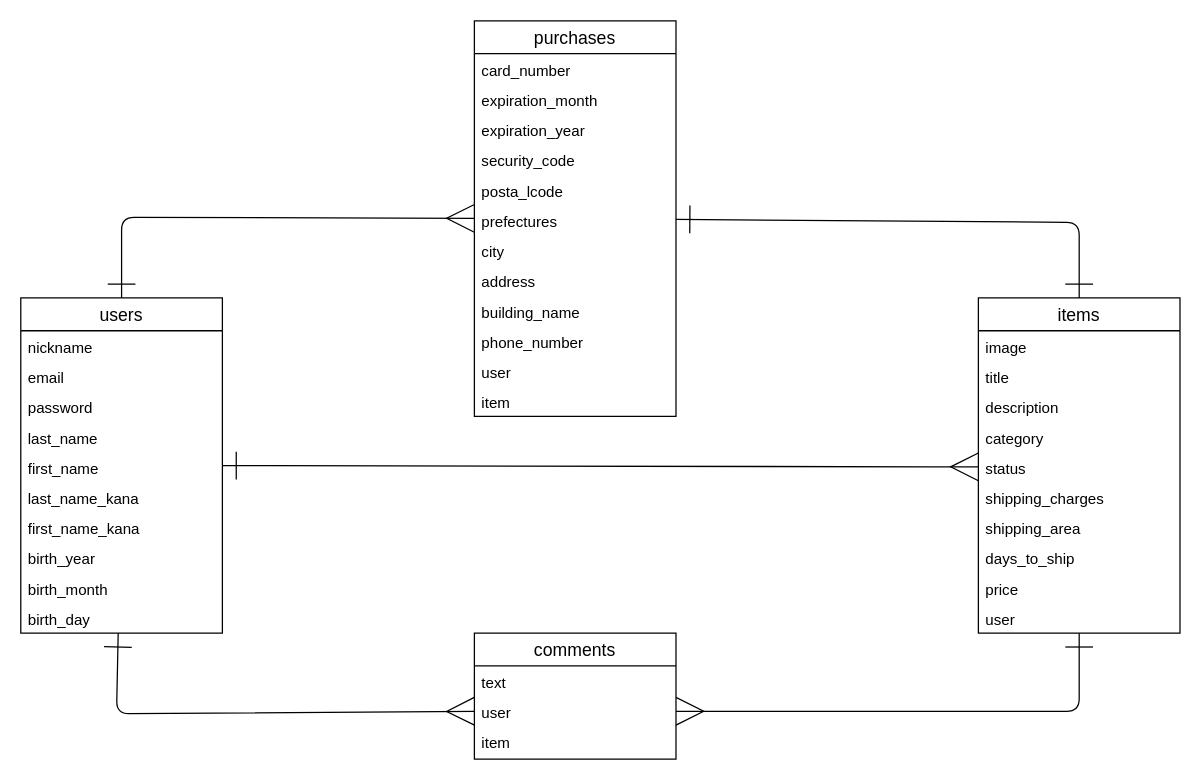
Earlier version of the draw.io diagram furima.dio (uuutah/furima-33384). Source tidied: cells renumbered, new cells numbered last; positions are measured from the earlier drawing's top-left corner, leaving out a move shared by most shapes. Both pictures are drawn from the tidied source at 126%, with x=0, y=0 at pixel (20, 20).
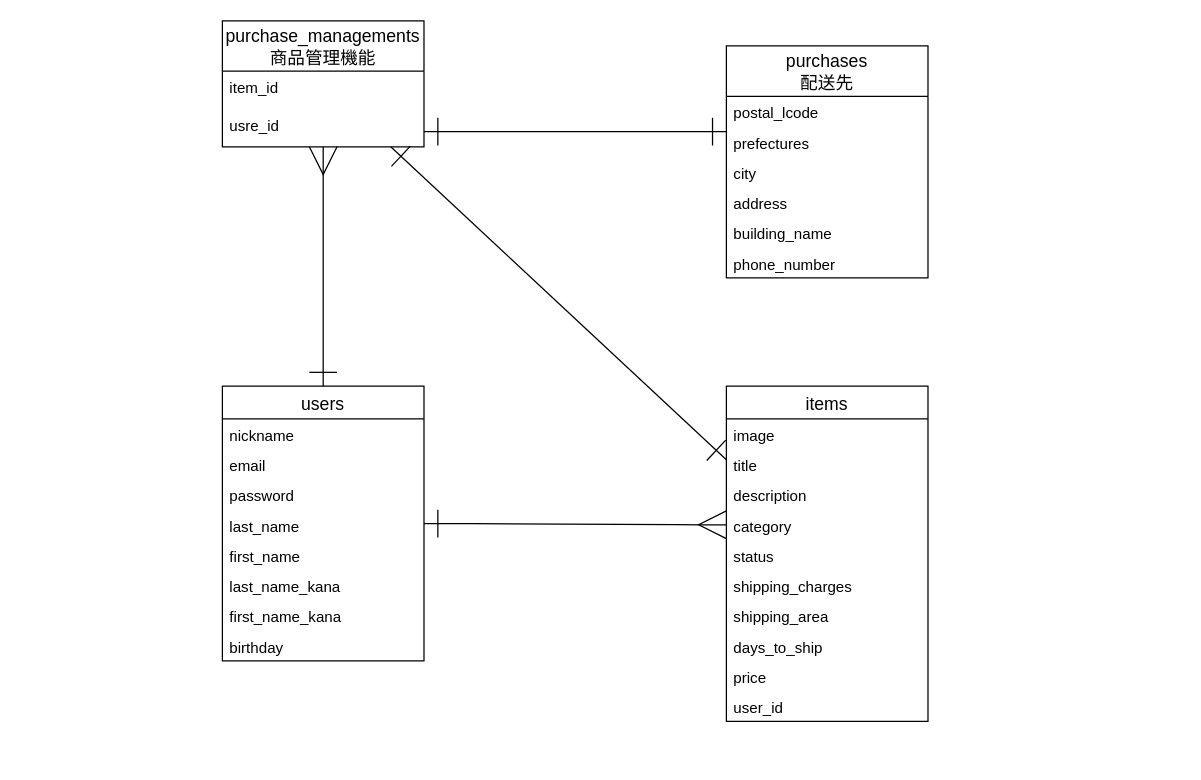
The same page after the edit.

Unchanged cells that the change refers to:
```xml
<mxCell id="17" value="category" style="text;strokeColor=none;fillColor=none;spacingLeft=4;spacingRight=4;overflow=hidden;points=[[0,0.5],[1,0.5]];portConstraint=eastwest;fontSize=12;" parent="13" vertex="1">
  <mxGeometry y="98" width="160" height="24" as="geometry" />
</mxCell>
<mxCell id="18" value="status" style="text;strokeColor=none;fillColor=none;spacingLeft=4;spacingRight=4;overflow=hidden;points=[[0,0.5],[1,0.5]];portConstraint=eastwest;fontSize=12;" parent="13" vertex="1">
  <mxGeometry y="122" width="160" height="24" as="geometry" />
</mxCell>
```

The edit, as a diff of the source:
```diff
@@
+    <mxCell id="46" style="edgeStyle=orthogonalEdgeStyle;rounded=1;jettySize=auto;html=1;startArrow=ERone;startFill=0;endArrow=ERmany;endFill=0;startSize=20;endSize=20;" parent="1" edge="1" source="2" target="49">
+      <mxGeometry relative="1" as="geometry">
+        <Array as="points">
+          <mxPoint x="240" y="190" />
+          <mxPoint x="240" y="190" />
+        </Array>
+      </mxGeometry>
+    </mxCell>
     <mxCell id="2" value="users" style="swimlane;fontStyle=0;horizontal=1;startSize=26;align=center;fontSize=14;" parent="1" vertex="1">
-      <mxGeometry y="220" width="160" height="266" as="geometry" />
+      <mxGeometry x="160" y="290" width="160" height="218" as="geometry" />
     </mxCell>
@@
-    <mxCell id="10" value="birth_year" style="text;strokeColor=none;fillColor=none;spacingLeft=4;spacingRight=4;overflow=hidden;fontSize=12;verticalAlign=top;" parent="2" vertex="1">
+    <mxCell id="10" value="birthday" style="text;strokeColor=none;fillColor=none;spacingLeft=4;spacingRight=4;overflow=hidden;fontSize=12;verticalAlign=top;" parent="2" vertex="1">
       <mxGeometry y="194" width="160" height="24" as="geometry" />
     </mxCell>
-    <mxCell id="11" value="birth_month" style="text;strokeColor=none;fillColor=none;spacingLeft=4;spacingRight=4;overflow=hidden;fontSize=12;verticalAlign=top;" parent="2" vertex="1">
-      <mxGeometry y="218" width="160" height="24" as="geometry" />
-    </mxCell>
-    <mxCell id="12" value="birth_day" style="text;strokeColor=none;fillColor=none;spacingLeft=4;spacingRight=4;overflow=hidden;fontSize=12;verticalAlign=top;" parent="2" vertex="1">
-      <mxGeometry y="242" width="160" height="24" as="geometry" />
-    </mxCell>
+    <mxCell id="47" style="rounded=0;jettySize=auto;html=1;startArrow=ERone;startFill=0;endArrow=ERone;endFill=0;endSize=20;startSize=20;" parent="1" edge="1" source="13" target="49">
+      <mxGeometry relative="1" as="geometry" />
+    </mxCell>
     <mxCell id="13" value="items" style="swimlane;fontStyle=0;horizontal=1;startSize=26;align=center;fontSize=14;" parent="1" vertex="1">
-      <mxGeometry x="760" y="220" width="160" height="266" as="geometry" />
+      <mxGeometry x="560" y="290" width="160" height="266" as="geometry" />
     </mxCell>
@@
-    <mxCell id="23" value="user" style="text;strokeColor=none;fillColor=none;spacingLeft=4;spacingRight=4;overflow=hidden;fontSize=12;" parent="13" vertex="1">
+    <mxCell id="23" value="user_id" style="text;strokeColor=none;fillColor=none;spacingLeft=4;spacingRight=4;overflow=hidden;fontSize=12;" parent="13" vertex="1">
       <mxGeometry y="242" width="160" height="24" as="geometry" />
     </mxCell>
-    <mxCell id="24" value="purchases" style="swimlane;fontStyle=0;horizontal=1;startSize=26;align=center;fontSize=14;" parent="1" vertex="1">
-      <mxGeometry x="360" width="160" height="314" as="geometry" />
+    <mxCell id="24" value="purchases&#10;配送先" style="swimlane;fontStyle=0;horizontal=1;startSize=40;align=center;fontSize=14;" parent="1" vertex="1">
+      <mxGeometry x="560" y="20" width="160" height="184" as="geometry" />
     </mxCell>
-    <mxCell id="25" value="card_number" style="text;strokeColor=none;fillColor=none;spacingLeft=4;spacingRight=4;overflow=hidden;fontSize=12;" parent="24" vertex="1">
-      <mxGeometry y="26" width="160" height="24" as="geometry" />
-    </mxCell>
-    <mxCell id="26" value="expiration_month" style="text;strokeColor=none;fillColor=none;spacingLeft=4;spacingRight=4;overflow=hidden;fontSize=12;" parent="24" vertex="1">
-      <mxGeometry y="50" width="160" height="24" as="geometry" />
-    </mxCell>
-    <mxCell id="27" value="expiration_year" style="text;strokeColor=none;fillColor=none;spacingLeft=4;spacingRight=4;overflow=hidden;fontSize=12;" parent="24" vertex="1">
-      <mxGeometry y="74" width="160" height="24" as="geometry" />
-    </mxCell>
-    <mxCell id="28" value="security_code" style="text;strokeColor=none;fillColor=none;spacingLeft=4;spacingRight=4;overflow=hidden;fontSize=12;" parent="24" vertex="1">
-      <mxGeometry y="98" width="160" height="24" as="geometry" />
-    </mxCell>
-    <mxCell id="29" value="posta_lcode" style="text;strokeColor=none;fillColor=none;spacingLeft=4;spacingRight=4;overflow=hidden;fontSize=12;" parent="24" vertex="1">
-      <mxGeometry y="122" width="160" height="24" as="geometry" />
+    <mxCell id="29" value="postal_lcode" style="text;strokeColor=none;fillColor=none;spacingLeft=4;spacingRight=4;overflow=hidden;fontSize=12;" parent="24" vertex="1">
+      <mxGeometry y="40" width="160" height="24" as="geometry" />
     </mxCell>
     <mxCell id="30" value="prefectures" style="text;strokeColor=none;fillColor=none;spacingLeft=4;spacingRight=4;overflow=hidden;fontSize=12;" parent="24" vertex="1">
-      <mxGeometry y="146" width="160" height="24" as="geometry" />
+      <mxGeometry y="64" width="160" height="24" as="geometry" />
     </mxCell>
     <mxCell id="31" value="city" style="text;strokeColor=none;fillColor=none;spacingLeft=4;spacingRight=4;overflow=hidden;fontSize=12;" parent="24" vertex="1">
-      <mxGeometry y="170" width="160" height="24" as="geometry" />
+      <mxGeometry y="88" width="160" height="24" as="geometry" />
     </mxCell>
     <mxCell id="32" value="address" style="text;strokeColor=none;fillColor=none;spacingLeft=4;spacingRight=4;overflow=hidden;fontSize=12;" parent="24" vertex="1">
-      <mxGeometry y="194" width="160" height="24" as="geometry" />
+      <mxGeometry y="112" width="160" height="24" as="geometry" />
     </mxCell>
     <mxCell id="33" value="building_name" style="text;strokeColor=none;fillColor=none;spacingLeft=4;spacingRight=4;overflow=hidden;fontSize=12;" parent="24" vertex="1">
-      <mxGeometry y="218" width="160" height="24" as="geometry" />
+      <mxGeometry y="136" width="160" height="24" as="geometry" />
     </mxCell>
     <mxCell id="34" value="phone_number" style="text;strokeColor=none;fillColor=none;spacingLeft=4;spacingRight=4;overflow=hidden;fontSize=12;" parent="24" vertex="1">
-      <mxGeometry y="242" width="160" height="24" as="geometry" />
+      <mxGeometry y="160" width="160" height="24" as="geometry" />
     </mxCell>
-    <mxCell id="35" value="user" style="text;strokeColor=none;fillColor=none;spacingLeft=4;spacingRight=4;overflow=hidden;fontSize=12;" parent="24" vertex="1">
-      <mxGeometry y="266" width="160" height="24" as="geometry" />
-    </mxCell>
-    <mxCell id="36" value="item" style="text;strokeColor=none;fillColor=none;spacingLeft=4;spacingRight=4;overflow=hidden;fontSize=12;" parent="24" vertex="1">
-      <mxGeometry y="290" width="160" height="24" as="geometry" />
-    </mxCell>
-    <mxCell id="37" value="comments" style="swimlane;fontStyle=0;horizontal=1;startSize=26;align=center;fontSize=14;" parent="1" vertex="1">
-      <mxGeometry x="360" y="486" width="160" height="100" as="geometry" />
-    </mxCell>
-    <mxCell id="38" value="text" style="text;strokeColor=none;fillColor=none;spacingLeft=4;spacingRight=4;overflow=hidden;fontSize=12;" parent="37" vertex="1">
-      <mxGeometry y="26" width="160" height="24" as="geometry" />
-    </mxCell>
-    <mxCell id="39" value="user" style="text;strokeColor=none;fillColor=none;spacingLeft=4;spacingRight=4;overflow=hidden;points=[[0,0.5],[1,0.5]];portConstraint=eastwest;fontSize=12;" parent="37" vertex="1">
-      <mxGeometry y="50" width="160" height="24" as="geometry" />
-    </mxCell>
-    <mxCell id="40" value="item" style="text;strokeColor=none;fillColor=none;spacingLeft=4;spacingRight=4;overflow=hidden;fontSize=12;" parent="37" vertex="1">
-      <mxGeometry y="74" width="160" height="26" as="geometry" />
-    </mxCell>
-    <mxCell id="41" style="fontSize=12;html=1;endArrow=ERmany;endSize=20;startArrow=ERone;startFill=0;startSize=20;" parent="1" edge="1" source="2" target="24">
-      <mxGeometry relative="1" as="geometry">
-        <Array as="points">
-          <mxPoint x="80" y="156" />
-        </Array>
-      </mxGeometry>
-    </mxCell>
-    <mxCell id="42" style="fontSize=12;html=1;endArrow=ERmany;endSize=20;startSize=20;startArrow=ERone;startFill=0;entryX=0;entryY=0.5;entryDx=0;entryDy=0;" parent="1" edge="1" source="2" target="39">
-      <mxGeometry relative="1" as="geometry">
-        <Array as="points">
-          <mxPoint x="76" y="550" />
-        </Array>
-      </mxGeometry>
-    </mxCell>
-    <mxCell id="43" style="edgeStyle=entityRelationEdgeStyle;fontSize=12;html=1;endArrow=ERmany;strokeWidth=1;startSize=20;endSize=20;startArrow=ERone;startFill=0;entryX=0;entryY=0.5;entryDx=0;entryDy=0;" parent="1" edge="1" source="2" target="18">
+    <mxCell id="43" style="edgeStyle=entityRelationEdgeStyle;fontSize=12;html=1;endArrow=ERmany;strokeWidth=1;startSize=20;endSize=20;startArrow=ERone;startFill=0;entryX=0;entryY=0.5;entryDx=0;entryDy=0;" parent="1" edge="1" source="2" target="17">
       <mxGeometry relative="1" as="geometry" />
     </mxCell>
-    <mxCell id="44" style="fontSize=12;html=1;endArrow=ERmany;endSize=20;startSize=20;startArrow=ERone;startFill=0;entryX=1;entryY=0.5;entryDx=0;entryDy=0;" parent="1" edge="1" source="13" target="39">
-      <mxGeometry relative="1" as="geometry">
-        <Array as="points">
-          <mxPoint x="840" y="548" />
-        </Array>
-      </mxGeometry>
-    </mxCell>
-    <mxCell id="45" style="fontSize=12;html=1;endArrow=ERone;startArrow=ERone;entryX=0.5;entryY=0;entryDx=0;entryDy=0;endSize=20;startSize=20;startFill=0;endFill=0;" parent="1" edge="1" source="24" target="13">
-      <mxGeometry relative="1" as="geometry">
-        <Array as="points">
-          <mxPoint x="840" y="160" />
-        </Array>
-      </mxGeometry>
-    </mxCell>
+    <mxCell id="48" style="rounded=1;jettySize=auto;html=1;edgeStyle=orthogonalEdgeStyle;elbow=vertical;startArrow=ERone;startFill=0;endArrow=ERone;endFill=0;endSize=20;startSize=20;" parent="1" edge="1" source="49" target="24">
+      <mxGeometry relative="1" as="geometry">
+        <Array as="points">
+          <mxPoint x="450" y="88" />
+          <mxPoint x="450" y="88" />
+        </Array>
+      </mxGeometry>
+    </mxCell>
+    <mxCell id="49" value="purchase_managements&#10;商品管理機能" style="swimlane;fontStyle=0;horizontal=1;startSize=40;align=center;fontSize=14;" parent="1" vertex="1">
+      <mxGeometry x="160" width="160" height="100" as="geometry" />
+    </mxCell>
+    <mxCell id="50" value="item_id" style="text;strokeColor=none;fillColor=none;spacingLeft=4;spacingRight=4;overflow=hidden;fontSize=12;" parent="49" vertex="1">
+      <mxGeometry y="40" width="160" height="30" as="geometry" />
+    </mxCell>
+    <mxCell id="51" value="usre_id" style="text;strokeColor=none;fillColor=none;spacingLeft=4;spacingRight=4;overflow=hidden;fontSize=12;" parent="49" vertex="1">
+      <mxGeometry y="70" width="160" height="30" as="geometry" />
+    </mxCell>
```
